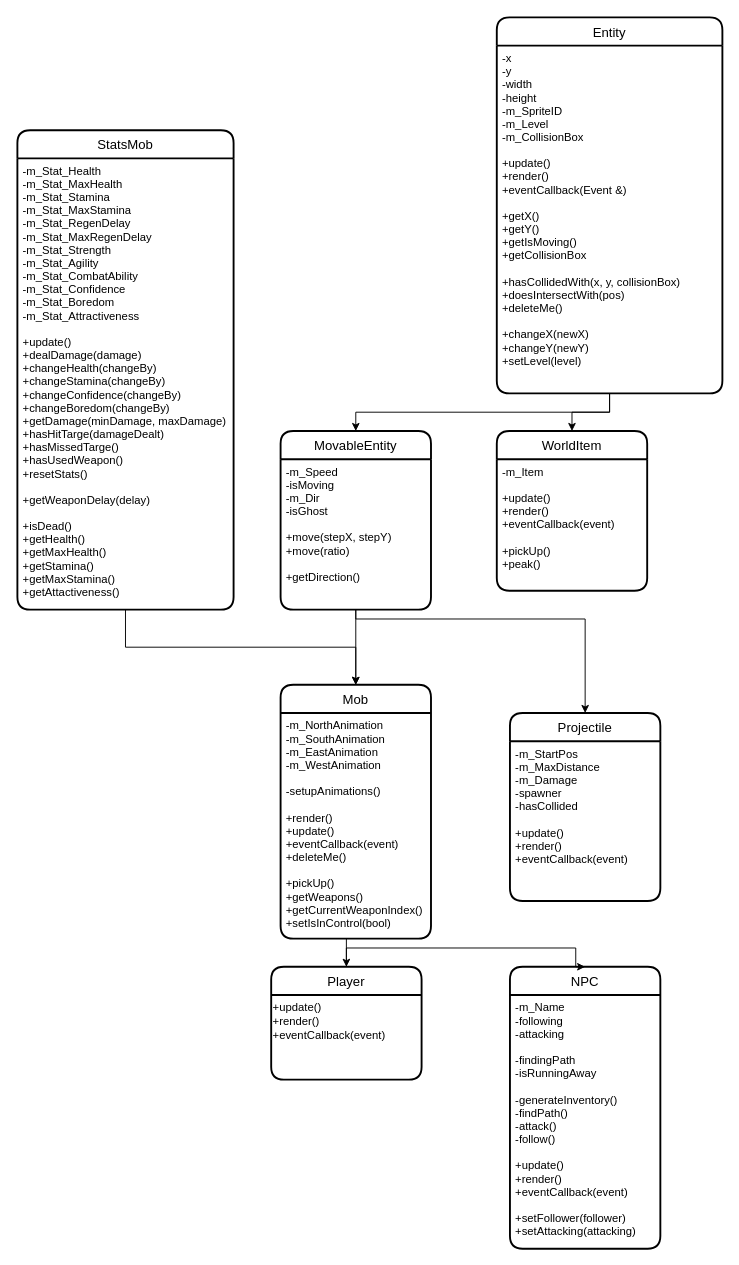
This is page "Entity" (1 of 10) of docs/Design - Classes.drawio from DeDerpster/TheMazeGame, a draw.io file, before an edit. Source tidied: cells renumbered, new cells numbered last; positions are measured from the earlier drawing's top-left corner, leaving out a move shared by most shapes. Both pictures are drawn from the tidied source at 94%, with x=0, y=0 at pixel (17, 17).
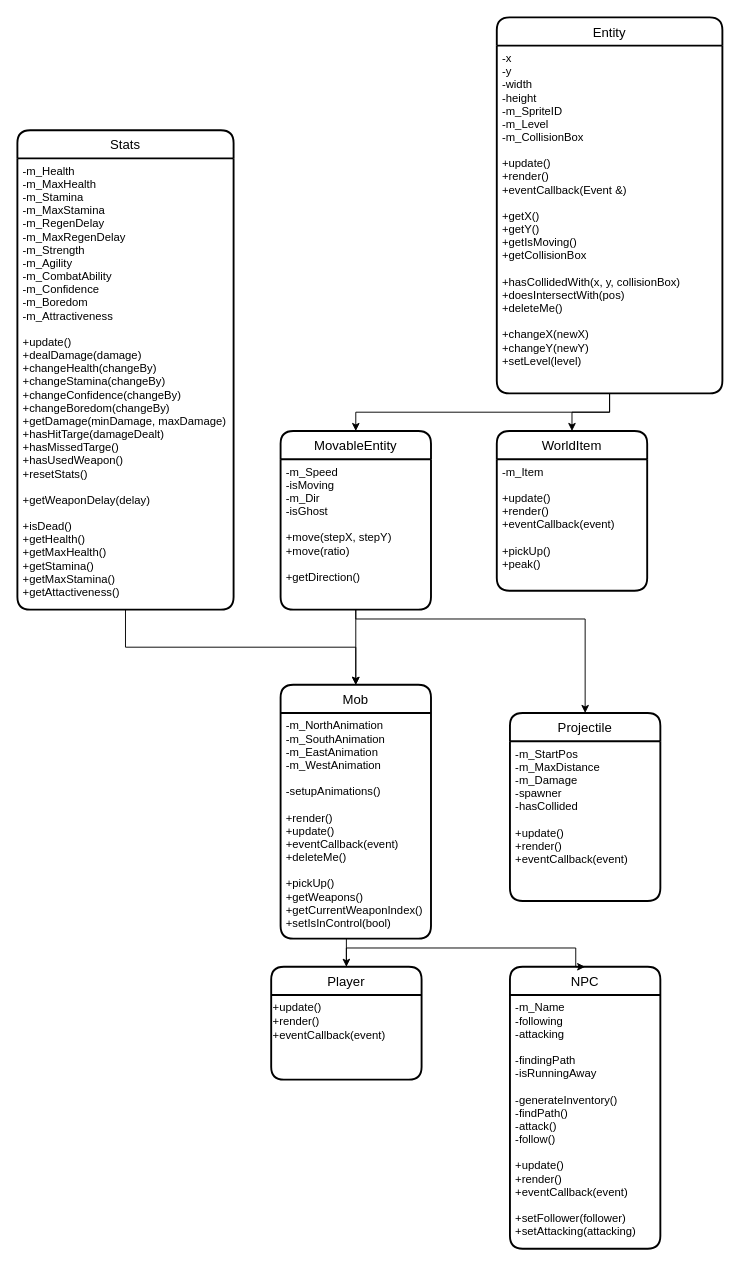
The same page after the edit.

The edit, as a diff of the source:
```diff
@@
-    <mxCell id="22" value="StatsMob" style="swimlane;horizontal=1;startSize=30;rounded=1;fontSize=14;fontStyle=0;strokeWidth=2;shadow=0;dashed=0;align=center;" parent="1" vertex="1">
+    <mxCell id="22" value="Stats" style="swimlane;horizontal=1;startSize=30;rounded=1;fontSize=14;fontStyle=0;strokeWidth=2;shadow=0;dashed=0;align=center;" parent="1" vertex="1">
       <mxGeometry y="120" width="230" height="510" as="geometry" />
     </mxCell>
-    <mxCell id="23" value="-m_Stat_Health&#10;-m_Stat_MaxHealth&#10;-m_Stat_Stamina&#10;-m_Stat_MaxStamina&#10;-m_Stat_RegenDelay&#10;-m_Stat_MaxRegenDelay&#10;-m_Stat_Strength&#10;-m_Stat_Agility&#10;-m_Stat_CombatAbility&#10;-m_Stat_Confidence&#10;-m_Stat_Boredom&#10;-m_Stat_Attractiveness&#10;&#10;+update()&#10;+dealDamage(damage)&#10;+changeHealth(changeBy)&#10;+changeStamina(changeBy)&#10;+changeConfidence(changeBy)&#10;+changeBoredom(changeBy)&#10;+getDamage(minDamage, maxDamage)&#10;+hasHitTarge(damageDealt)&#10;+hasMissedTarge()&#10;+hasUsedWeapon()&#10;+resetStats()&#10;&#10;+getWeaponDelay(delay)&#10;&#10;+isDead()&#10;+getHealth()&#10;+getMaxHealth()&#10;+getStamina()&#10;+getMaxStamina()&#10;+getAttactiveness()" style="align=left;strokeColor=none;fillColor=none;spacingLeft=4;fontSize=12;verticalAlign=top;" parent="22" vertex="1">
+    <mxCell id="23" value="-m_Health&#10;-m_MaxHealth&#10;-m_Stamina&#10;-m_MaxStamina&#10;-m_RegenDelay&#10;-m_MaxRegenDelay&#10;-m_Strength&#10;-m_Agility&#10;-m_CombatAbility&#10;-m_Confidence&#10;-m_Boredom&#10;-m_Attractiveness&#10;&#10;+update()&#10;+dealDamage(damage)&#10;+changeHealth(changeBy)&#10;+changeStamina(changeBy)&#10;+changeConfidence(changeBy)&#10;+changeBoredom(changeBy)&#10;+getDamage(minDamage, maxDamage)&#10;+hasHitTarge(damageDealt)&#10;+hasMissedTarge()&#10;+hasUsedWeapon()&#10;+resetStats()&#10;&#10;+getWeaponDelay(delay)&#10;&#10;+isDead()&#10;+getHealth()&#10;+getMaxHealth()&#10;+getStamina()&#10;+getMaxStamina()&#10;+getAttactiveness()" style="align=left;strokeColor=none;fillColor=none;spacingLeft=4;fontSize=12;verticalAlign=top;" parent="22" vertex="1">
       <mxGeometry y="30" width="230" height="480" as="geometry" />
     </mxCell>
```
